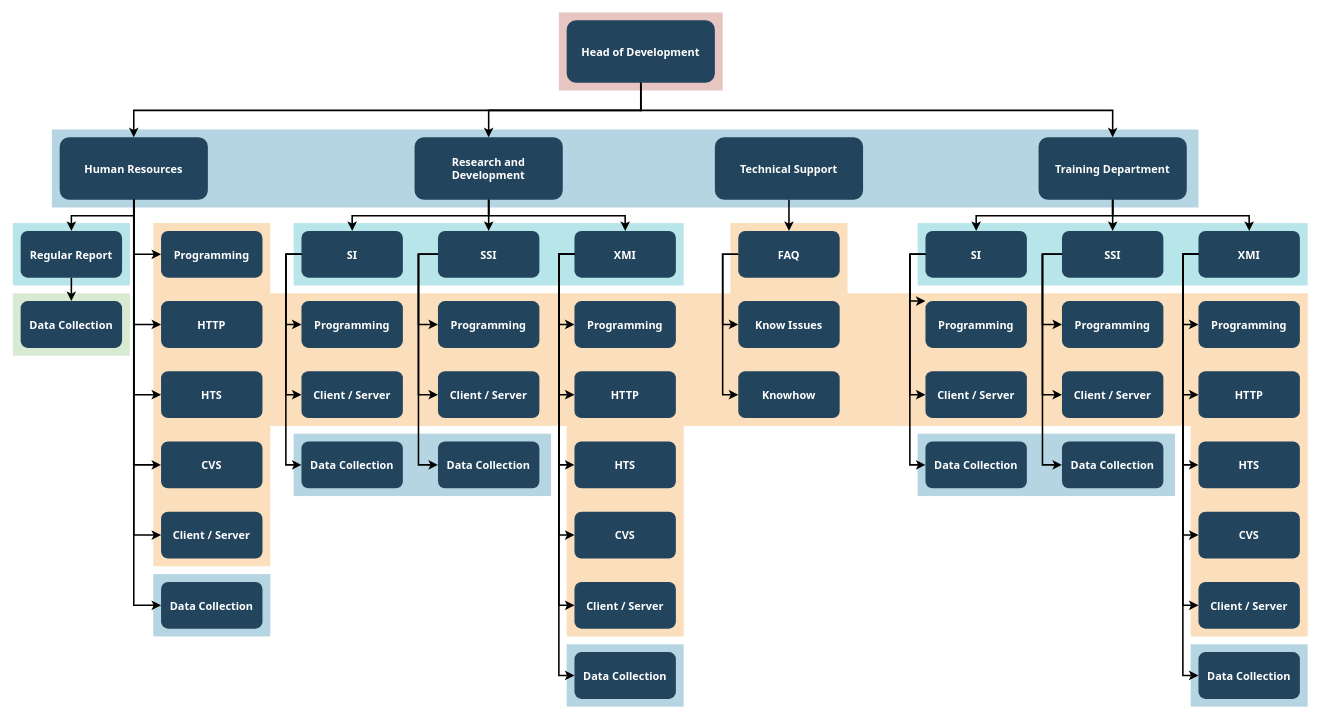
Before: Untitled Diagram.drawio in ertogrul/_playground, a draw.io diagram. Source tidied: cells renumbered, new cells numbered last; positions are measured from the earlier drawing's top-left corner, leaving out a move shared by most shapes. Both pictures are drawn from the tidied source at 78%, with x=0, y=0 at pixel (12, 12).
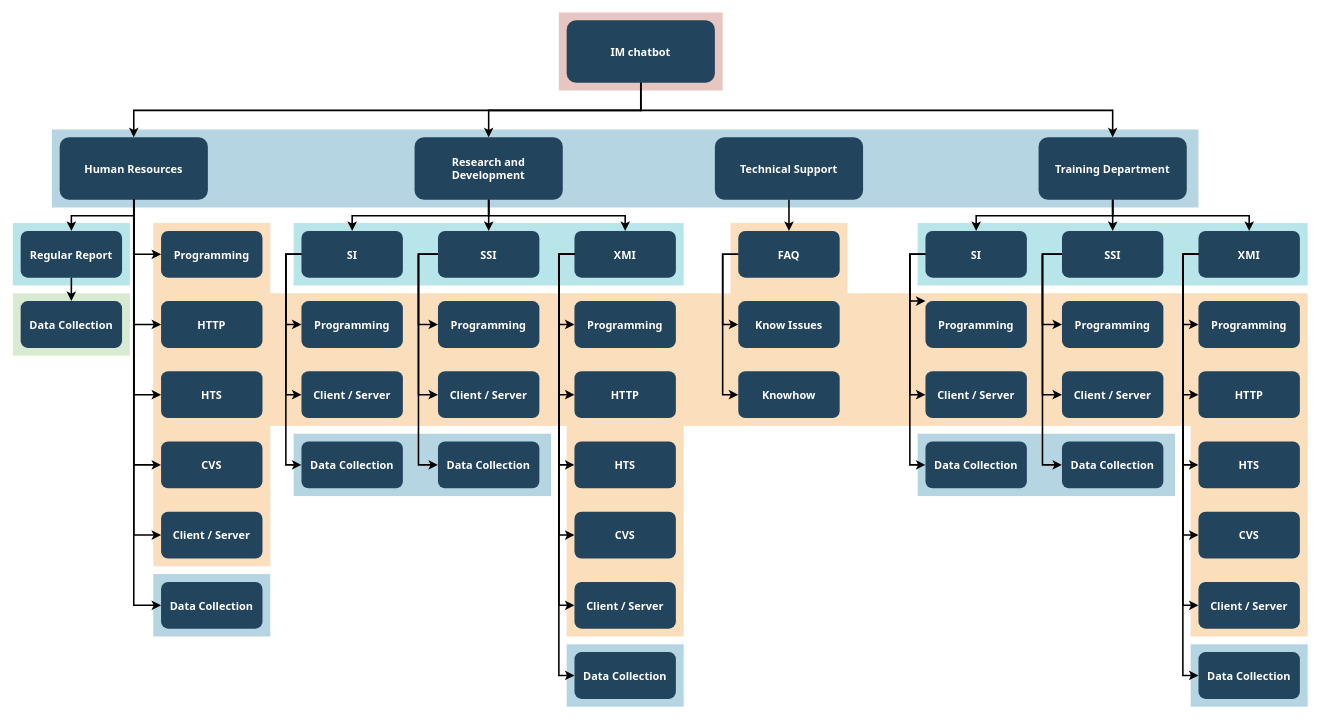
After the change.

Change to the diagram source:
```diff
@@
-    <mxCell id="18" value="Head of Development" style="rounded=1;fillColor=#23445D;gradientColor=none;strokeColor=none;fontColor=#FFFFFF;fontStyle=1;fontFamily=Tahoma;fontSize=14;" parent="1" vertex="1">
+    <mxCell id="18" value="IM chatbot" style="rounded=1;fillColor=#23445D;gradientColor=none;strokeColor=none;fontColor=#FFFFFF;fontStyle=1;fontFamily=Tahoma;fontSize=14;" parent="1" vertex="1">
       <mxGeometry x="710" y="9.5" width="190" height="80" as="geometry" />
     </mxCell>
```
